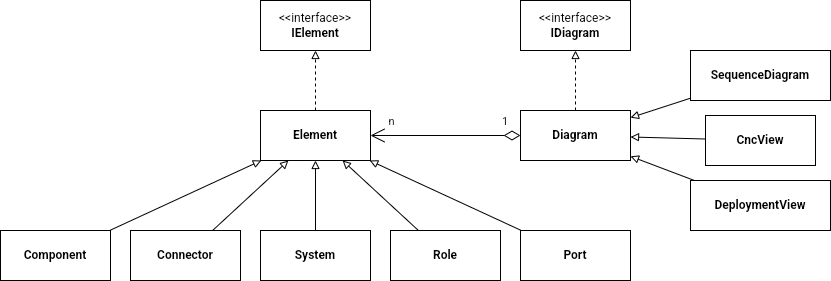
This is CA/NFR_06.drawio.png from phunm211/SW-Associate-Architecture, a draw.io export, as it was before one commit. Source tidied: cells renumbered, new cells last; positions are measured from the earlier drawing's top-left corner, leaving out a move shared by most shapes.
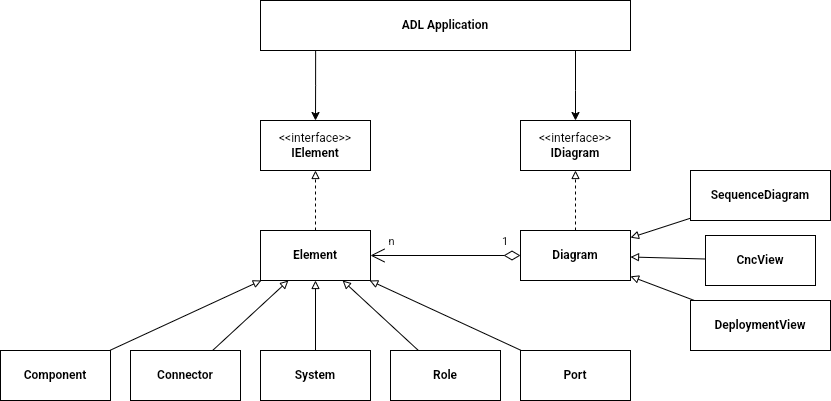
Later version of the same file.

What changed in the source:
```diff
@@ -76,5 +76,19 @@
     <mxCell id="25" value="&amp;lt;&amp;lt;interface&amp;gt;&amp;gt;&lt;br&gt;&lt;b&gt;IDiagram&lt;/b&gt;" style="rounded=0;whiteSpace=wrap;html=1;" parent="1" vertex="1">
       <mxGeometry x="520" width="110" height="50" as="geometry" />
     </mxCell>
+    <mxCell id="26" style="edgeStyle=orthogonalEdgeStyle;rounded=0;jettySize=auto;html=1;exitX=0.149;exitY=0.99;exitDx=0;exitDy=0;exitPerimeter=0;" parent="1" edge="1" source="28" target="22">
+      <mxGeometry relative="1" as="geometry" />
+    </mxCell>
+    <mxCell id="27" style="edgeStyle=orthogonalEdgeStyle;rounded=0;jettySize=auto;html=1;" parent="1" edge="1" source="28" target="25">
+      <mxGeometry relative="1" as="geometry">
+        <Array as="points">
+          <mxPoint x="575" y="-30" />
+          <mxPoint x="575" y="-30" />
+        </Array>
+      </mxGeometry>
+    </mxCell>
+    <mxCell id="28" value="ADL Application" style="html=1;whiteSpace=wrap;fontStyle=1;" parent="1" vertex="1">
+      <mxGeometry x="260" y="-120" width="370" height="50" as="geometry" />
+    </mxCell>
   </root>
 </mxGraphModel>
```
